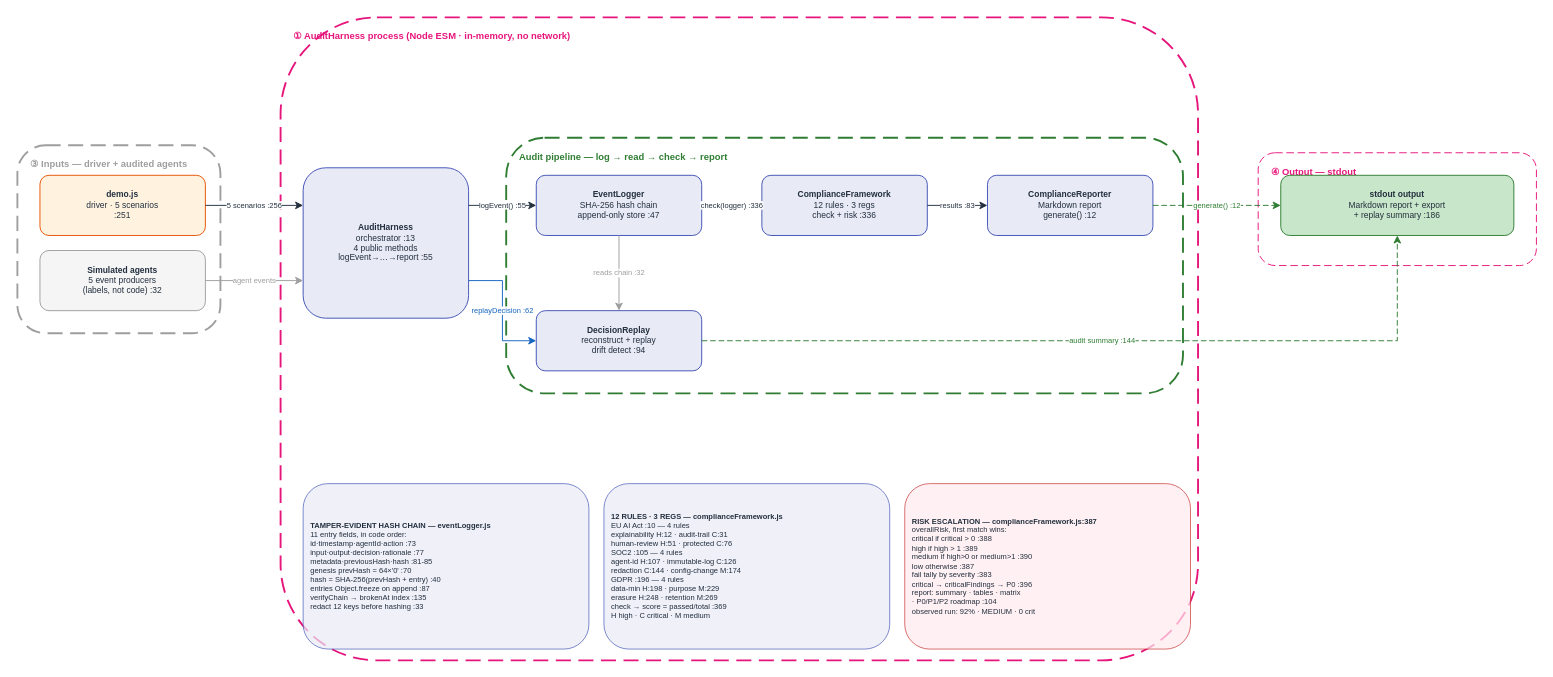
Above: docs/diagrams/compliance_audit_v1/HOA_ComplianceAudit_v1.drawio in gmaheshraju/Hands-on-AgenticAI (draw.io), before the change. Source tidied: cells renumbered, new cells numbered last; positions are measured from the earlier drawing's top-left corner, leaving out a move shared by most shapes. Both pictures are drawn from the tidied source at 94%, with x=0, y=0 at pixel (17, 17).
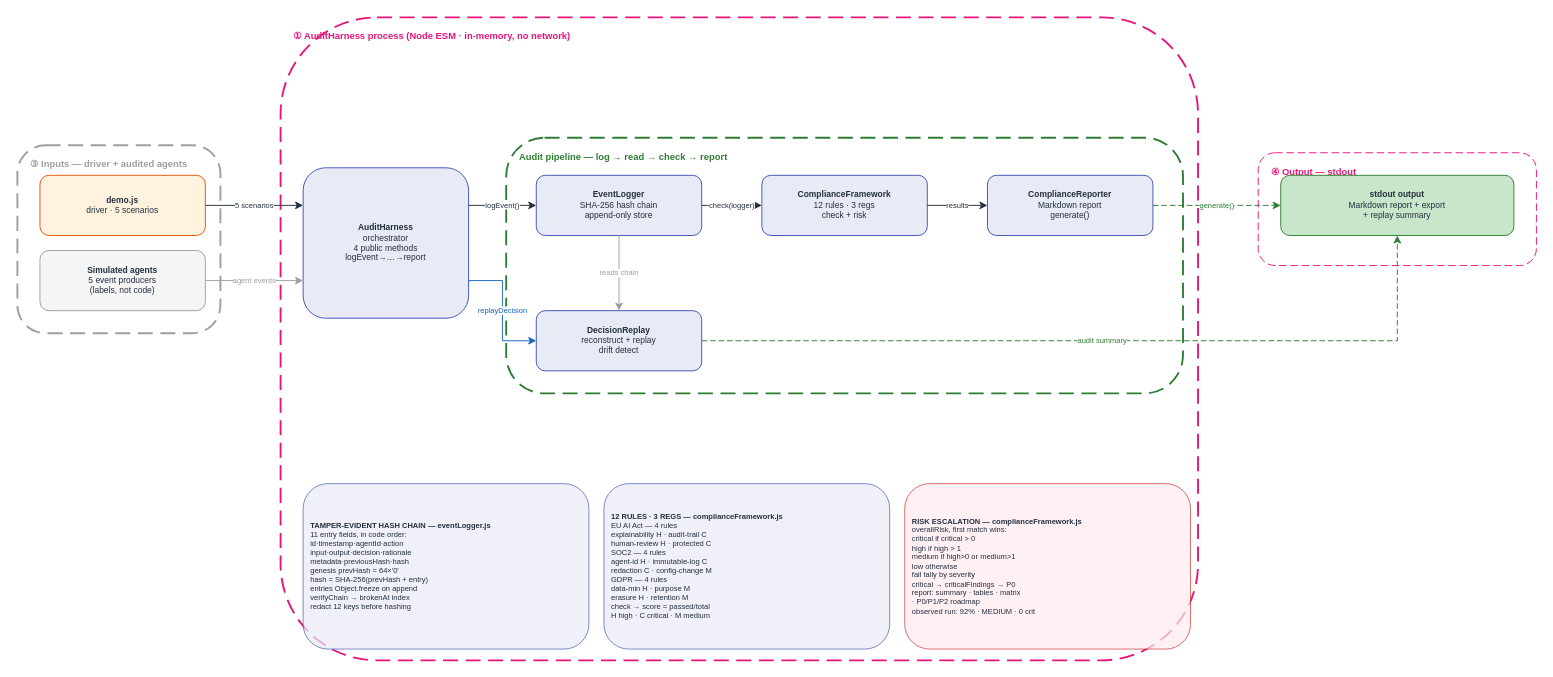
After the change.

Diff of the diagram source:
```diff
@@
-    <mxCell id="10" value="&lt;b&gt;demo.js&lt;/b&gt;&lt;br&gt;driver · 5 scenarios&lt;br&gt;:251" style="rounded=1;fillColor=#FFF3E0;strokeColor=#E65100;fontSize=9;fontColor=#232F3E;html=1;whiteSpace=wrap;align=center;" parent="1" vertex="1">
+    <mxCell id="10" value="&lt;b&gt;demo.js&lt;/b&gt;&lt;br&gt;driver · 5 scenarios&lt;br&gt;" style="rounded=1;fillColor=#FFF3E0;strokeColor=#E65100;fontSize=9;fontColor=#232F3E;html=1;whiteSpace=wrap;align=center;" parent="1" vertex="1">
       <mxGeometry x="24" y="168" width="176" height="64" as="geometry" />
     </mxCell>
-    <mxCell id="11" value="&lt;b&gt;Simulated agents&lt;/b&gt;&lt;br&gt;5 event producers&lt;br&gt;(labels, not code) :32" style="rounded=1;fillColor=#F5F5F5;strokeColor=#9E9E9E;fontSize=9;fontColor=#232F3E;html=1;whiteSpace=wrap;align=center;" parent="1" vertex="1">
+    <mxCell id="11" value="&lt;b&gt;Simulated agents&lt;/b&gt;&lt;br&gt;5 event producers&lt;br&gt;(labels, not code)" style="rounded=1;fillColor=#F5F5F5;strokeColor=#9E9E9E;fontSize=9;fontColor=#232F3E;html=1;whiteSpace=wrap;align=center;" parent="1" vertex="1">
       <mxGeometry x="24" y="248" width="176" height="64" as="geometry" />
     </mxCell>
-    <mxCell id="12" value="&lt;b&gt;AuditHarness&lt;/b&gt;&lt;br&gt;orchestrator :13&lt;br&gt;4 public methods&lt;br&gt;logEvent→…→report :55" style="rounded=1;fillColor=#E8EAF6;strokeColor=#3F51B5;fontSize=9;fontColor=#232F3E;html=1;whiteSpace=wrap;align=center;" parent="1" vertex="1">
+    <mxCell id="12" value="&lt;b&gt;AuditHarness&lt;/b&gt;&lt;br&gt;orchestrator&lt;br&gt;4 public methods&lt;br&gt;logEvent→…→report" style="rounded=1;fillColor=#E8EAF6;strokeColor=#3F51B5;fontSize=9;fontColor=#232F3E;html=1;whiteSpace=wrap;align=center;" parent="1" vertex="1">
       <mxGeometry x="304" y="160" width="176" height="160" as="geometry" />
     </mxCell>
-    <mxCell id="13" value="&lt;b&gt;EventLogger&lt;/b&gt;&lt;br&gt;SHA-256 hash chain&lt;br&gt;append-only store :47" style="rounded=1;fillColor=#E8EAF6;strokeColor=#3F51B5;fontSize=9;fontColor=#232F3E;html=1;whiteSpace=wrap;align=center;" parent="1" vertex="1">
+    <mxCell id="13" value="&lt;b&gt;EventLogger&lt;/b&gt;&lt;br&gt;SHA-256 hash chain&lt;br&gt;append-only store" style="rounded=1;fillColor=#E8EAF6;strokeColor=#3F51B5;fontSize=9;fontColor=#232F3E;html=1;whiteSpace=wrap;align=center;" parent="1" vertex="1">
       <mxGeometry x="552" y="168" width="176" height="64" as="geometry" />
     </mxCell>
-    <mxCell id="14" value="&lt;b&gt;ComplianceFramework&lt;/b&gt;&lt;br&gt;12 rules · 3 regs&lt;br&gt;check + risk :336" style="rounded=1;fillColor=#E8EAF6;strokeColor=#3F51B5;fontSize=9;fontColor=#232F3E;html=1;whiteSpace=wrap;align=center;" parent="1" vertex="1">
+    <mxCell id="14" value="&lt;b&gt;ComplianceFramework&lt;/b&gt;&lt;br&gt;12 rules · 3 regs&lt;br&gt;check + risk" style="rounded=1;fillColor=#E8EAF6;strokeColor=#3F51B5;fontSize=9;fontColor=#232F3E;html=1;whiteSpace=wrap;align=center;" parent="1" vertex="1">
       <mxGeometry x="792" y="168" width="176" height="64" as="geometry" />
     </mxCell>
-    <mxCell id="15" value="&lt;b&gt;ComplianceReporter&lt;/b&gt;&lt;br&gt;Markdown report&lt;br&gt;generate() :12" style="rounded=1;fillColor=#E8EAF6;strokeColor=#3F51B5;fontSize=9;fontColor=#232F3E;html=1;whiteSpace=wrap;align=center;" parent="1" vertex="1">
+    <mxCell id="15" value="&lt;b&gt;ComplianceReporter&lt;/b&gt;&lt;br&gt;Markdown report&lt;br&gt;generate()" style="rounded=1;fillColor=#E8EAF6;strokeColor=#3F51B5;fontSize=9;fontColor=#232F3E;html=1;whiteSpace=wrap;align=center;" parent="1" vertex="1">
       <mxGeometry x="1032" y="168" width="176" height="64" as="geometry" />
     </mxCell>
-    <mxCell id="16" value="&lt;b&gt;DecisionReplay&lt;/b&gt;&lt;br&gt;reconstruct + replay&lt;br&gt;drift detect :94" style="rounded=1;fillColor=#E8EAF6;strokeColor=#3F51B5;fontSize=9;fontColor=#232F3E;html=1;whiteSpace=wrap;align=center;" parent="1" vertex="1">
+    <mxCell id="16" value="&lt;b&gt;DecisionReplay&lt;/b&gt;&lt;br&gt;reconstruct + replay&lt;br&gt;drift detect" style="rounded=1;fillColor=#E8EAF6;strokeColor=#3F51B5;fontSize=9;fontColor=#232F3E;html=1;whiteSpace=wrap;align=center;" parent="1" vertex="1">
       <mxGeometry x="552" y="312" width="176" height="64" as="geometry" />
     </mxCell>
-    <mxCell id="17" value="&lt;b&gt;stdout output&lt;/b&gt;&lt;br&gt;Markdown report + export&lt;br&gt;+ replay summary :186" style="rounded=1;fillColor=#C8E6C9;strokeColor=#2E7D32;fontSize=9;fontColor=#232F3E;html=1;whiteSpace=wrap;align=center;" parent="1" vertex="1">
+    <mxCell id="17" value="&lt;b&gt;stdout output&lt;/b&gt;&lt;br&gt;Markdown report + export&lt;br&gt;+ replay summary" style="rounded=1;fillColor=#C8E6C9;strokeColor=#2E7D32;fontSize=9;fontColor=#232F3E;html=1;whiteSpace=wrap;align=center;" parent="1" vertex="1">
       <mxGeometry x="1344" y="168" width="248" height="64" as="geometry" />
     </mxCell>
-    <mxCell id="18" value="&lt;b&gt;TAMPER-EVIDENT HASH CHAIN — eventLogger.js&lt;/b&gt;&lt;br&gt;11 entry fields, in code order:&lt;br&gt; id·timestamp·agentId·action :73&lt;br&gt; input·output·decision·rationale :77&lt;br&gt; metadata·previousHash·hash :81-85&lt;br&gt;genesis prevHash = 64×'0' :70&lt;br&gt;hash = SHA-256(prevHash + entry) :40&lt;br&gt;entries Object.freeze on append :87&lt;br&gt;verifyChain → brokenAt index :135&lt;br&gt;redact 12 keys before hashing :33" style="rounded=1;fillColor=#E8EAF6;strokeColor=#3F51B5;fontSize=8;fontColor=#232F3E;html=1;whiteSpace=wrap;align=left;spacingLeft=6;opacity=70;" parent="1" vertex="1">
+    <mxCell id="18" value="&lt;b&gt;TAMPER-EVIDENT HASH CHAIN — eventLogger.js&lt;/b&gt;&lt;br&gt;11 entry fields, in code order:&lt;br&gt; id·timestamp·agentId·action&lt;br&gt; input·output·decision·rationale&lt;br&gt; metadata·previousHash·hash&lt;br&gt;genesis prevHash = 64×'0'&lt;br&gt;hash = SHA-256(prevHash + entry)&lt;br&gt;entries Object.freeze on append&lt;br&gt;verifyChain → brokenAt index&lt;br&gt;redact 12 keys before hashing" style="rounded=1;fillColor=#E8EAF6;strokeColor=#3F51B5;fontSize=8;fontColor=#232F3E;html=1;whiteSpace=wrap;align=left;spacingLeft=6;opacity=70;" parent="1" vertex="1">
       <mxGeometry x="304" y="496" width="304" height="176" as="geometry" />
     </mxCell>
-    <mxCell id="19" value="&lt;b&gt;12 RULES · 3 REGS — complianceFramework.js&lt;/b&gt;&lt;br&gt;EU AI Act :10 — 4 rules&lt;br&gt; explainability H:12 · audit-trail C:31&lt;br&gt; human-review H:51 · protected C:76&lt;br&gt;SOC2 :105 — 4 rules&lt;br&gt; agent-id H:107 · immutable-log C:126&lt;br&gt; redaction C:144 · config-change M:174&lt;br&gt;GDPR :196 — 4 rules&lt;br&gt; data-min H:198 · purpose M:229&lt;br&gt; erasure H:248 · retention M:269&lt;br&gt;check → score = passed/total :369&lt;br&gt;H high · C critical · M medium" style="rounded=1;fillColor=#E8EAF6;strokeColor=#3F51B5;fontSize=8;fontColor=#232F3E;html=1;whiteSpace=wrap;align=left;spacingLeft=6;opacity=70;" parent="1" vertex="1">
+    <mxCell id="19" value="&lt;b&gt;12 RULES · 3 REGS — complianceFramework.js&lt;/b&gt;&lt;br&gt;EU AI Act — 4 rules&lt;br&gt; explainability H · audit-trail C&lt;br&gt; human-review H · protected C&lt;br&gt;SOC2 — 4 rules&lt;br&gt; agent-id H · immutable-log C&lt;br&gt; redaction C · config-change M&lt;br&gt;GDPR — 4 rules&lt;br&gt; data-min H · purpose M&lt;br&gt; erasure H · retention M&lt;br&gt;check → score = passed/total&lt;br&gt;H high · C critical · M medium" style="rounded=1;fillColor=#E8EAF6;strokeColor=#3F51B5;fontSize=8;fontColor=#232F3E;html=1;whiteSpace=wrap;align=left;spacingLeft=6;opacity=70;" parent="1" vertex="1">
       <mxGeometry x="624" y="496" width="304" height="176" as="geometry" />
     </mxCell>
-    <mxCell id="20" value="&lt;b&gt;RISK ESCALATION — complianceFramework.js:387&lt;/b&gt;&lt;br&gt;overallRisk, first match wins:&lt;br&gt; critical if critical &amp;gt; 0 :388&lt;br&gt; high if high &amp;gt; 1 :389&lt;br&gt; medium if high&amp;gt;0 or medium&amp;gt;1 :390&lt;br&gt; low otherwise :387&lt;br&gt;fail tally by severity :383&lt;br&gt;critical → criticalFindings → P0 :396&lt;br&gt;report: summary · tables · matrix&lt;br&gt; · P0/P1/P2 roadmap :104&lt;br&gt;observed run: 92% · MEDIUM · 0 crit" style="rounded=1;fillColor=#FFEBEE;strokeColor=#C62828;fontSize=8;fontColor=#232F3E;html=1;whiteSpace=wrap;align=left;spacingLeft=6;opacity=70;" parent="1" vertex="1">
+    <mxCell id="20" value="&lt;b&gt;RISK ESCALATION — complianceFramework.js&lt;/b&gt;&lt;br&gt;overallRisk, first match wins:&lt;br&gt; critical if critical &amp;gt; 0&lt;br&gt; high if high &amp;gt; 1&lt;br&gt; medium if high&amp;gt;0 or medium&amp;gt;1&lt;br&gt; low otherwise&lt;br&gt;fail tally by severity&lt;br&gt;critical → criticalFindings → P0&lt;br&gt;report: summary · tables · matrix&lt;br&gt; · P0/P1/P2 roadmap&lt;br&gt;observed run: 92% · MEDIUM · 0 crit" style="rounded=1;fillColor=#FFEBEE;strokeColor=#C62828;fontSize=8;fontColor=#232F3E;html=1;whiteSpace=wrap;align=left;spacingLeft=6;opacity=70;" parent="1" vertex="1">
       <mxGeometry x="944" y="496" width="304" height="176" as="geometry" />
     </mxCell>
-    <mxCell id="21" value="5 scenarios :256" style="edgeStyle=orthogonalEdgeStyle;rounded=0;html=1;strokeColor=#232F3E;fontColor=#232F3E;fontSize=8;exitX=1;exitY=0.5;exitDx=0;exitDy=0;entryX=0;entryY=0.25;entryDx=0;entryDy=0;" parent="1" edge="1" source="10" target="12">
+    <mxCell id="21" value="5 scenarios" style="edgeStyle=orthogonalEdgeStyle;rounded=0;html=1;strokeColor=#232F3E;fontColor=#232F3E;fontSize=8;exitX=1;exitY=0.5;exitDx=0;exitDy=0;entryX=0;entryY=0.25;entryDx=0;entryDy=0;" parent="1" edge="1" source="10" target="12">
       <mxGeometry relative="1" as="geometry" />
     </mxCell>
@@
-    <mxCell id="23" value="logEvent() :55" style="edgeStyle=orthogonalEdgeStyle;rounded=0;html=1;strokeColor=#232F3E;fontColor=#232F3E;fontSize=8;exitX=1;exitY=0.25;exitDx=0;exitDy=0;entryX=0;entryY=0.5;entryDx=0;entryDy=0;" parent="1" edge="1" source="12" target="13">
+    <mxCell id="23" value="logEvent()" style="edgeStyle=orthogonalEdgeStyle;rounded=0;html=1;strokeColor=#232F3E;fontColor=#232F3E;fontSize=8;exitX=1;exitY=0.25;exitDx=0;exitDy=0;entryX=0;entryY=0.5;entryDx=0;entryDy=0;" parent="1" edge="1" source="12" target="13">
       <mxGeometry relative="1" as="geometry" />
     </mxCell>
-    <mxCell id="24" value="check(logger) :336" style="edgeStyle=orthogonalEdgeStyle;rounded=0;html=1;strokeColor=#232F3E;fontColor=#232F3E;fontSize=8;exitX=1;exitY=0.5;exitDx=0;exitDy=0;entryX=0;entryY=0.5;entryDx=0;entryDy=0;" parent="1" edge="1" source="13" target="14">
+    <mxCell id="24" value="check(logger)" style="edgeStyle=orthogonalEdgeStyle;rounded=0;html=1;strokeColor=#232F3E;fontColor=#232F3E;fontSize=8;exitX=1;exitY=0.5;exitDx=0;exitDy=0;entryX=0;entryY=0.5;entryDx=0;entryDy=0;" parent="1" edge="1" source="13" target="14">
       <mxGeometry relative="1" as="geometry" />
     </mxCell>
-    <mxCell id="25" value="results :83" style="edgeStyle=orthogonalEdgeStyle;rounded=0;html=1;strokeColor=#232F3E;fontColor=#232F3E;fontSize=8;exitX=1;exitY=0.5;exitDx=0;exitDy=0;entryX=0;entryY=0.5;entryDx=0;entryDy=0;" parent="1" edge="1" source="14" target="15">
+    <mxCell id="25" value="results" style="edgeStyle=orthogonalEdgeStyle;rounded=0;html=1;strokeColor=#232F3E;fontColor=#232F3E;fontSize=8;exitX=1;exitY=0.5;exitDx=0;exitDy=0;entryX=0;entryY=0.5;entryDx=0;entryDy=0;" parent="1" edge="1" source="14" target="15">
       <mxGeometry relative="1" as="geometry" />
     </mxCell>
-    <mxCell id="26" value="generate() :12" style="edgeStyle=orthogonalEdgeStyle;rounded=0;html=1;strokeColor=#2E7D32;fontColor=#2E7D32;fontSize=8;exitX=1;exitY=0.5;exitDx=0;exitDy=0;entryX=0;entryY=0.5;entryDx=0;entryDy=0;dashed=1;dashPattern=6 3;" parent="1" edge="1" source="15" target="17">
+    <mxCell id="26" value="generate()" style="edgeStyle=orthogonalEdgeStyle;rounded=0;html=1;strokeColor=#2E7D32;fontColor=#2E7D32;fontSize=8;exitX=1;exitY=0.5;exitDx=0;exitDy=0;entryX=0;entryY=0.5;entryDx=0;entryDy=0;dashed=1;dashPattern=6 3;" parent="1" edge="1" source="15" target="17">
       <mxGeometry relative="1" as="geometry" />
     </mxCell>
-    <mxCell id="27" value="replayDecision :62" style="edgeStyle=orthogonalEdgeStyle;rounded=0;html=1;strokeColor=#1565C0;fontColor=#1565C0;fontSize=8;exitX=1;exitY=0.75;exitDx=0;exitDy=0;entryX=0;entryY=0.5;entryDx=0;entryDy=0;" parent="1" edge="1" source="12" target="16">
+    <mxCell id="27" value="replayDecision" style="edgeStyle=orthogonalEdgeStyle;rounded=0;html=1;strokeColor=#1565C0;fontColor=#1565C0;fontSize=8;exitX=1;exitY=0.75;exitDx=0;exitDy=0;entryX=0;entryY=0.5;entryDx=0;entryDy=0;" parent="1" edge="1" source="12" target="16">
       <mxGeometry relative="1" as="geometry">
         <Array as="points">
           <mxPoint x="516" y="280" />
           <mxPoint x="516" y="344" />
         </Array>
       </mxGeometry>
     </mxCell>
-    <mxCell id="28" value="reads chain :32" style="edgeStyle=orthogonalEdgeStyle;rounded=0;html=1;strokeColor=#9E9E9E;fontColor=#9E9E9E;fontSize=8;exitX=0.5;exitY=1;exitDx=0;exitDy=0;entryX=0.5;entryY=0;entryDx=0;entryDy=0;" parent="1" edge="1" source="13" target="16">
+    <mxCell id="28" value="reads chain" style="edgeStyle=orthogonalEdgeStyle;rounded=0;html=1;strokeColor=#9E9E9E;fontColor=#9E9E9E;fontSize=8;exitX=0.5;exitY=1;exitDx=0;exitDy=0;entryX=0.5;entryY=0;entryDx=0;entryDy=0;" parent="1" edge="1" source="13" target="16">
       <mxGeometry relative="1" as="geometry" />
     </mxCell>
-    <mxCell id="29" value="audit summary :144" style="edgeStyle=orthogonalEdgeStyle;rounded=0;html=1;strokeColor=#2E7D32;fontColor=#2E7D32;fontSize=8;exitX=1;exitY=0.5;exitDx=0;exitDy=0;entryX=0.5;entryY=1;entryDx=0;entryDy=0;dashed=1;dashPattern=6 3;" parent="1" edge="1" source="16" target="17">
+    <mxCell id="29" value="audit summary" style="edgeStyle=orthogonalEdgeStyle;rounded=0;html=1;strokeColor=#2E7D32;fontColor=#2E7D32;fontSize=8;exitX=1;exitY=0.5;exitDx=0;exitDy=0;entryX=0.5;entryY=1;entryDx=0;entryDy=0;dashed=1;dashPattern=6 3;" parent="1" edge="1" source="16" target="17">
       <mxGeometry relative="1" as="geometry">
         <Array as="points">
           <mxPoint x="1468" y="344" />
         </Array>
       </mxGeometry>
     </mxCell>
```
